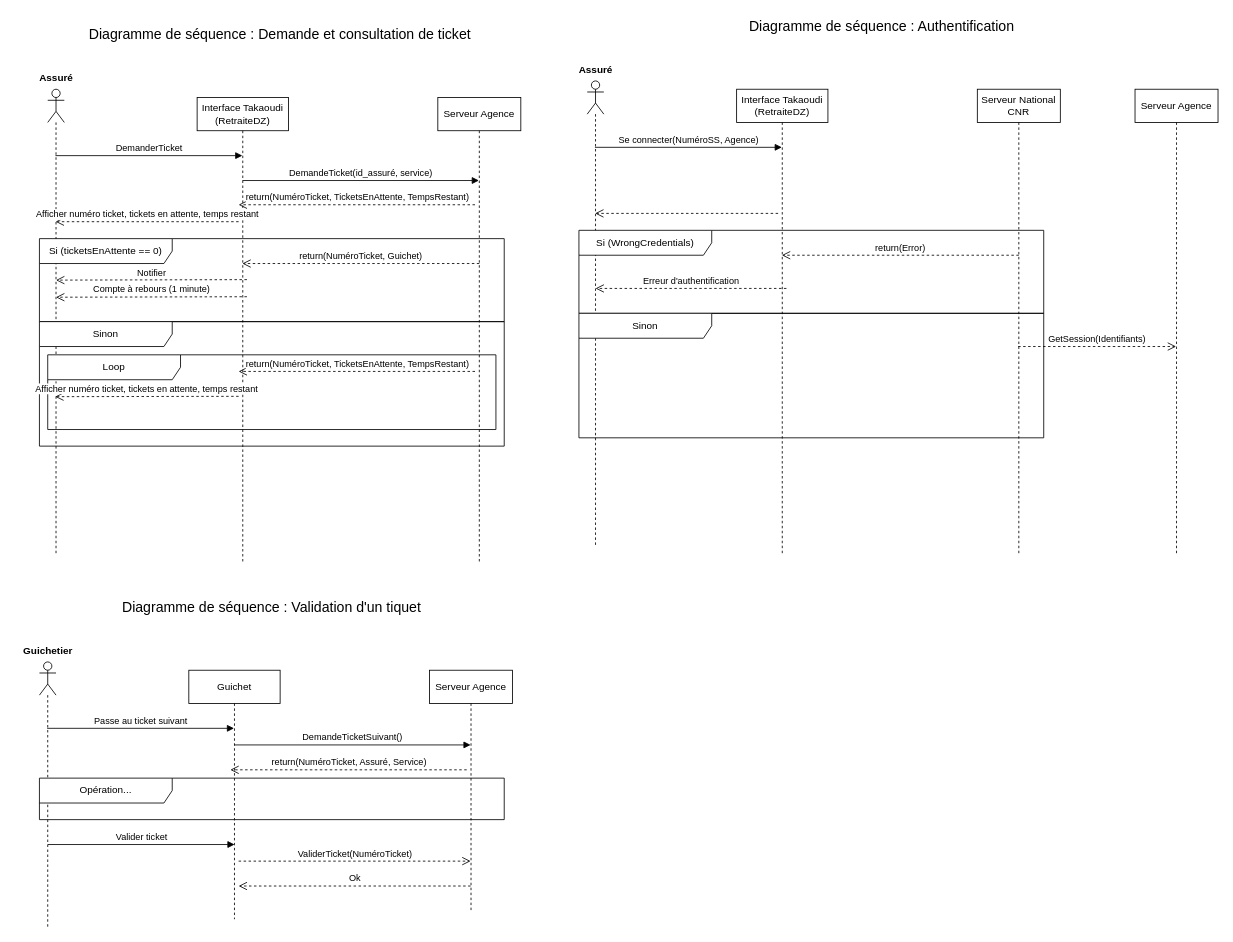
Before: page "Sequence2Tier" (5 of 7) of diagrams/Diagramme.drawio in rryyyymmmmmmmm/e-tickets_takaoudi, a draw.io diagram. Source tidied: cells renumbered, new cells numbered last; positions are measured from the earlier drawing's top-left corner, leaving out a move shared by most shapes. Both pictures are drawn from the tidied source at 83%, with x=0, y=0 at pixel (14, 14).
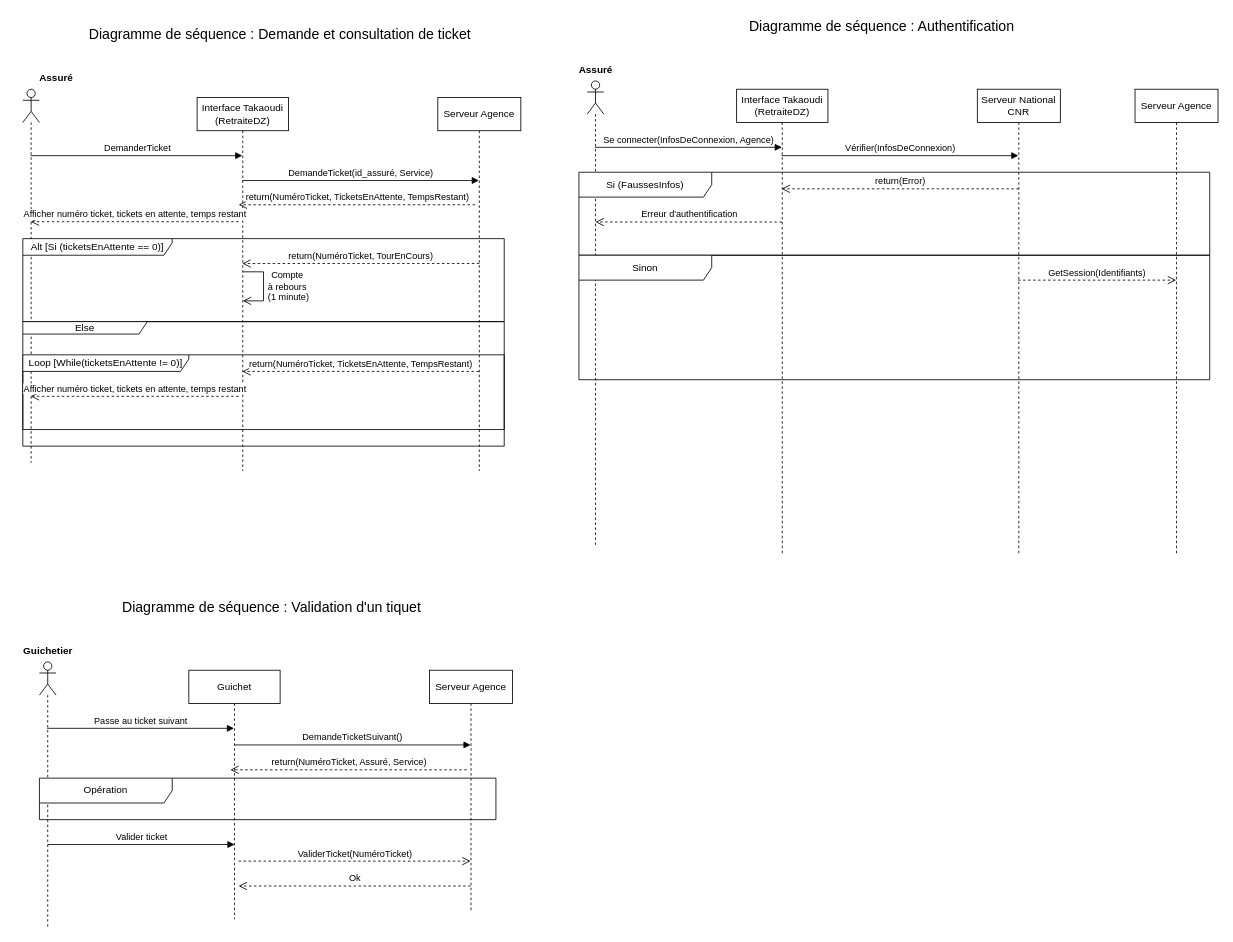
After the change.

Unchanged cells that the change refers to:
```xml
<mxCell id="18" style="shape=umlLifeline;perimeter=lifelinePerimeter;whiteSpace=wrap;html=1;outlineConnect=0;portConstraint=eastwest;newEdgeStyle={&quot;curved&quot;:0,&quot;rounded&quot;:0};participant=umlActor;" parent="1" vertex="1">
  <mxGeometry x="690" y="80" width="20" height="560" as="geometry" />
</mxCell>
<mxCell id="23" value="Interface Takaoudi (RetraiteDZ)" style="shape=umlLifeline;perimeter=lifelinePerimeter;whiteSpace=wrap;html=1;outlineConnect=0;portConstraint=eastwest;newEdgeStyle={&quot;curved&quot;:0,&quot;rounded&quot;:0};" parent="1" vertex="1">
  <mxGeometry x="870" y="90" width="110" height="560" as="geometry" />
</mxCell>
```

Diff of the diagram source:
```diff
@@
     <mxCell id="2" style="shape=umlLifeline;perimeter=lifelinePerimeter;whiteSpace=wrap;html=1;outlineConnect=0;portConstraint=eastwest;newEdgeStyle={&quot;curved&quot;:0,&quot;rounded&quot;:0};participant=umlActor;" parent="1" vertex="1">
-      <mxGeometry x="40" y="90" width="20" height="560" as="geometry" />
+      <mxGeometry x="10" y="90" width="20" height="450" as="geometry" />
     </mxCell>
     <mxCell id="3" value="Serveur Agence" style="shape=umlLifeline;perimeter=lifelinePerimeter;whiteSpace=wrap;html=1;outlineConnect=0;portConstraint=eastwest;newEdgeStyle={&quot;curved&quot;:0,&quot;rounded&quot;:0};" parent="1" vertex="1">
-      <mxGeometry x="510" y="100" width="100" height="560" as="geometry" />
+      <mxGeometry x="510" y="100" width="100" height="450" as="geometry" />
     </mxCell>
@@
-    <mxCell id="6" value="DemanderTicket" style="html=1;verticalAlign=bottom;endArrow=block;curved=0;rounded=0;" parent="1" edge="1">
+    <mxCell id="6" value="DemanderTicket" style="html=1;verticalAlign=bottom;endArrow=block;curved=0;rounded=0;" parent="1" edge="1" source="2">
       <mxGeometry relative="1" as="geometry">
-        <mxPoint x="49.3" y="170" as="sourcePoint" />
         <mxPoint x="274.5" y="170" as="targetPoint" />
       </mxGeometry>
     </mxCell>
     <mxCell id="7" value="Interface Takaoudi (RetraiteDZ)" style="shape=umlLifeline;perimeter=lifelinePerimeter;whiteSpace=wrap;html=1;outlineConnect=0;portConstraint=eastwest;newEdgeStyle={&quot;curved&quot;:0,&quot;rounded&quot;:0};" parent="1" vertex="1">
-      <mxGeometry x="220" y="100" width="110" height="560" as="geometry" />
+      <mxGeometry x="220" y="100" width="110" height="450" as="geometry" />
     </mxCell>
-    <mxCell id="8" value="DemandeTicket(id_assuré, service)" style="html=1;verticalAlign=bottom;endArrow=block;curved=0;rounded=0;" parent="1" edge="1" target="3">
+    <mxCell id="8" value="DemandeTicket(id_assuré, Service)" style="html=1;verticalAlign=bottom;endArrow=block;curved=0;rounded=0;" parent="1" edge="1" target="3">
       <mxGeometry relative="1" as="geometry">
         <mxPoint x="274.7" y="200" as="sourcePoint" />
       </mxGeometry>
     </mxCell>
@@
-    <mxCell id="11" value="Si (ticketsEnAttente == 0)" style="shape=umlFrame;whiteSpace=wrap;html=1;width=160;height=30;" parent="1" vertex="1">
-      <mxGeometry x="30" y="270" width="560" height="100" as="geometry" />
+    <mxCell id="11" value="Alt [Si (ticketsEnAttente == 0)]" style="shape=umlFrame;whiteSpace=wrap;html=1;width=180;height=20;" parent="1" vertex="1">
+      <mxGeometry x="10" y="270" width="580" height="100" as="geometry" />
     </mxCell>
-    <mxCell id="12" value="return(NuméroTicket, Guichet)" style="html=1;verticalAlign=bottom;endArrow=open;dashed=1;endSize=8;curved=0;rounded=0;" parent="1" edge="1" target="7">
+    <mxCell id="12" value="return(NuméroTicket, TourEnCours)" style="html=1;verticalAlign=bottom;endArrow=open;dashed=1;endSize=8;curved=0;rounded=0;" parent="1" edge="1" target="7">
       <mxGeometry relative="1" as="geometry">
         <mxPoint x="560" y="300" as="sourcePoint" />
       </mxGeometry>
     </mxCell>
-    <mxCell id="13" value="Notifier" style="html=1;verticalAlign=bottom;endArrow=open;dashed=1;endSize=8;curved=0;rounded=0;" parent="1" edge="1">
-      <mxGeometry relative="1" as="geometry">
-        <mxPoint x="280" y="319.4" as="sourcePoint" />
-        <mxPoint x="50" y="320" as="targetPoint" />
-      </mxGeometry>
-    </mxCell>
-    <mxCell id="14" value="Sinon" style="shape=umlFrame;whiteSpace=wrap;html=1;width=160;height=30;" parent="1" vertex="1">
-      <mxGeometry x="30" y="370" width="560" height="150" as="geometry" />
+    <mxCell id="14" value="Else" style="shape=umlFrame;whiteSpace=wrap;html=1;width=150;height=15;" parent="1" vertex="1">
+      <mxGeometry x="10" y="370" width="580" height="150" as="geometry" />
     </mxCell>
     <mxCell id="15" value="return(NuméroTicket, TicketsEnAttente, TempsRestant)" style="html=1;verticalAlign=bottom;endArrow=open;dashed=1;endSize=8;curved=0;rounded=0;" parent="1" edge="1">
       <mxGeometry relative="1" as="geometry">
-        <mxPoint x="554.8" y="430" as="sourcePoint" />
-        <mxPoint x="270" y="430" as="targetPoint" />
+        <mxPoint x="559.5" y="430" as="sourcePoint" />
+        <mxPoint x="274.4" y="430" as="targetPoint" />
       </mxGeometry>
     </mxCell>
-    <mxCell id="16" value="Loop" style="shape=umlFrame;whiteSpace=wrap;html=1;width=160;height=30;" parent="1" vertex="1">
-      <mxGeometry x="40" y="410" width="540" height="90" as="geometry" />
+    <mxCell id="16" value="Loop [While(ticketsEnAttente != 0)]" style="shape=umlFrame;whiteSpace=wrap;html=1;width=200;height=20;" parent="1" vertex="1">
+      <mxGeometry x="10" y="410" width="580" height="90" as="geometry" />
     </mxCell>
-    <mxCell id="17" value="Afficher numéro ticket, tickets en attente, temps restant" style="html=1;verticalAlign=bottom;endArrow=open;dashed=1;endSize=8;curved=0;rounded=0;" parent="1" edge="1">
+    <mxCell id="17" value="Afficher numéro ticket, tickets en attente, temps restant" style="html=1;verticalAlign=bottom;endArrow=open;dashed=1;endSize=8;curved=0;rounded=0;" parent="1" edge="1" target="2">
       <mxGeometry relative="1" as="geometry">
         <mxPoint x="270" y="460" as="sourcePoint" />
-        <mxPoint x="49" y="460.4" as="targetPoint" />
       </mxGeometry>
     </mxCell>
@@
-    <mxCell id="22" value="Se connecter(NuméroSS, Agence)" style="html=1;verticalAlign=bottom;endArrow=block;curved=0;rounded=0;" parent="1" edge="1">
+    <mxCell id="22" value="Se connecter(InfosDeConnexion, Agence)" style="html=1;verticalAlign=bottom;endArrow=block;curved=0;rounded=0;" parent="1" edge="1">
       <mxGeometry relative="1" as="geometry">
         <mxPoint x="699.3" y="160" as="sourcePoint" />
         <mxPoint x="924.5" y="160" as="targetPoint" />
       </mxGeometry>
     </mxCell>
@@
-    <mxCell id="24" style="html=1;verticalAlign=bottom;endArrow=open;dashed=1;endSize=8;curved=0;rounded=0;" parent="1" edge="1" target="18">
-      <mxGeometry relative="1" as="geometry">
-        <mxPoint x="920" y="239.6" as="sourcePoint" />
-      </mxGeometry>
-    </mxCell>
-    <mxCell id="25" value="Si (WrongCredentials)" style="shape=umlFrame;whiteSpace=wrap;html=1;width=160;height=30;" parent="1" vertex="1">
-      <mxGeometry x="680" y="260" width="560" height="100" as="geometry" />
+    <mxCell id="25" value="Si (FaussesInfos)" style="shape=umlFrame;whiteSpace=wrap;html=1;width=160;height=30;" parent="1" vertex="1">
+      <mxGeometry x="680" y="190" width="760" height="100" as="geometry" />
     </mxCell>
-    <mxCell id="26" value="return(Error)" style="html=1;verticalAlign=bottom;endArrow=open;dashed=1;endSize=8;curved=0;rounded=0;" parent="1" edge="1" target="23">
+    <mxCell id="26" value="return(Error)" style="html=1;verticalAlign=bottom;endArrow=open;dashed=1;endSize=8;curved=0;rounded=0;" parent="1" edge="1">
       <mxGeometry relative="1" as="geometry">
-        <mxPoint x="1210" y="290" as="sourcePoint" />
+        <mxPoint x="1210" y="210" as="sourcePoint" />
+        <mxPoint x="924.2" y="210" as="targetPoint" />
       </mxGeometry>
     </mxCell>
-    <mxCell id="27" value="Erreur d'authentification" style="html=1;verticalAlign=bottom;endArrow=open;dashed=1;endSize=8;curved=0;rounded=0;" parent="1" edge="1">
+    <mxCell id="27" value="Erreur d'authentification" style="html=1;verticalAlign=bottom;endArrow=open;dashed=1;endSize=8;curved=0;rounded=0;" parent="1" edge="1" source="23">
       <mxGeometry relative="1" as="geometry">
-        <mxPoint x="930" y="330" as="sourcePoint" />
-        <mxPoint x="700" y="330" as="targetPoint" />
+        <mxPoint x="700" y="250" as="targetPoint" />
       </mxGeometry>
     </mxCell>
     <mxCell id="28" value="Sinon" style="shape=umlFrame;whiteSpace=wrap;html=1;width=160;height=30;" parent="1" vertex="1">
-      <mxGeometry x="680" y="360" width="560" height="150" as="geometry" />
+      <mxGeometry x="680" y="290" width="760" height="150" as="geometry" />
     </mxCell>
     <mxCell id="29" value="GetSession(Identifiants)" style="html=1;verticalAlign=bottom;endArrow=open;dashed=1;endSize=8;curved=0;rounded=0;" parent="1" edge="1">
       <mxGeometry relative="1" as="geometry">
-        <mxPoint x="1209.2" y="400" as="sourcePoint" />
-        <mxPoint x="1399.5" y="400" as="targetPoint" />
+        <mxPoint x="1209.2" y="320" as="sourcePoint" />
+        <mxPoint x="1399.5" y="320" as="targetPoint" />
       </mxGeometry>
     </mxCell>
@@
-    <mxCell id="39" value="Opération..." style="shape=umlFrame;whiteSpace=wrap;html=1;width=160;height=30;" parent="1" vertex="1">
-      <mxGeometry x="30" y="920" width="560" height="50" as="geometry" />
+    <mxCell id="39" value="Opération" style="shape=umlFrame;whiteSpace=wrap;html=1;width=160;height=30;" parent="1" vertex="1">
+      <mxGeometry x="30" y="920" width="550" height="50" as="geometry" />
     </mxCell>
-    <mxCell id="40" value="Compte à rebours (1 minute)" style="html=1;verticalAlign=bottom;endArrow=open;dashed=1;endSize=8;curved=0;rounded=0;" parent="1" edge="1">
-      <mxGeometry relative="1" as="geometry">
-        <mxPoint x="280" y="340" as="sourcePoint" />
-        <mxPoint x="50" y="340.6" as="targetPoint" />
+    <mxCell id="40" value="Compte&amp;nbsp;&lt;div&gt;à rebours&amp;nbsp;&lt;/div&gt;&lt;div&gt;(1 minute)&lt;/div&gt;" style="html=1;verticalAlign=bottom;endArrow=open;endSize=8;curved=0;rounded=0;" parent="1" edge="1">
+      <mxGeometry x="0.41" y="30" relative="1" as="geometry">
+        <mxPoint x="275.1" y="310" as="sourcePoint" />
+        <mxPoint x="275.1" y="345" as="targetPoint" />
+        <Array as="points">
+          <mxPoint x="300" y="310" />
+          <mxPoint x="300" y="345" />
+        </Array>
+        <mxPoint x="30" y="-25" as="offset" />
       </mxGeometry>
     </mxCell>
@@
+    <mxCell id="44" value="Vérifier(InfosDeConnexion)" style="html=1;verticalAlign=bottom;endArrow=block;curved=0;rounded=0;" parent="1" edge="1">
+      <mxGeometry relative="1" as="geometry">
+        <mxPoint x="924.2" y="170" as="sourcePoint" />
+        <mxPoint x="1209.5" y="170" as="targetPoint" />
+      </mxGeometry>
+    </mxCell>
```
